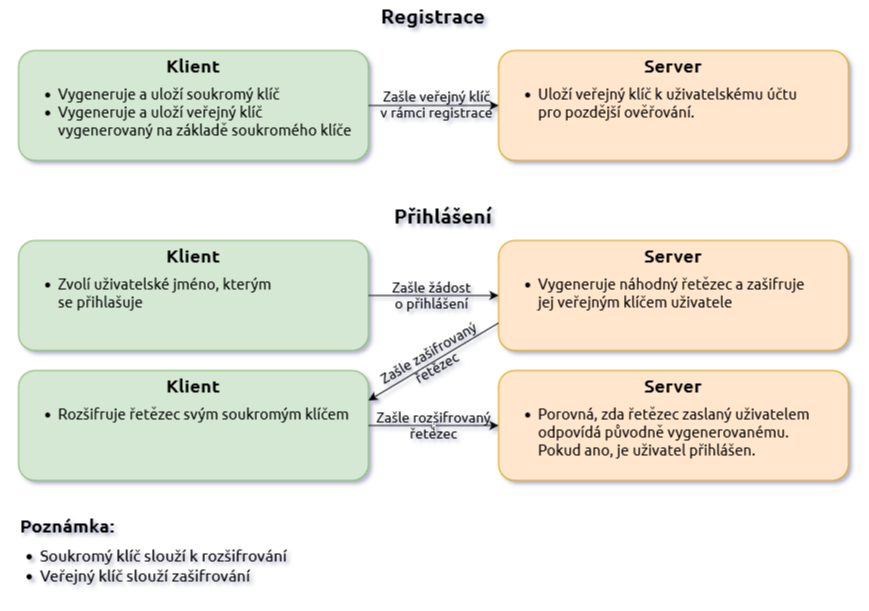
libersoft-org/yellow-documentation keeps this draw.io diagram as AMTP-CZ/img/AMTP-login-CZ.png. Above is the earlier version. Source tidied: cells renumbered, new cells last; positions are measured from the earlier drawing's top-left corner, leaving out a move shared by most shapes. Source of this version:
```xml
<mxGraphModel>
  <root>
    <mxCell id="0" />
    <mxCell id="1" parent="0" />
    <mxCell id="2" value="&lt;div style=&quot;font-size: 15px;&quot;&gt;&lt;ul&gt;&lt;li&gt;&lt;font style=&quot;font-size: 15px;&quot;&gt;Vygeneruje a uloží soukromý klíč&lt;/font&gt;&lt;/li&gt;&lt;li&gt;&lt;font style=&quot;font-size: 15px;&quot;&gt;Vygeneruje a uloží veřejný klíč&lt;br&gt;vygenerovaný na základě soukromého klíče&lt;br&gt;&lt;/font&gt;&lt;/li&gt;&lt;/ul&gt;&lt;/div&gt;" style="rounded=1;whiteSpace=wrap;html=1;verticalAlign=top;fontFamily=Ubuntu;fontSource=https%3A%2F%2Ffonts.googleapis.com%2Fcss%3Ffamily%3DUbuntu;spacing=0;align=left;labelPosition=center;verticalLabelPosition=middle;spacingLeft=0;spacingBottom=0;fillColor=#d5e8d4;strokeColor=#82b366;spacingTop=15;" parent="1" vertex="1">
      <mxGeometry y="50" width="350" height="110" as="geometry" />
    </mxCell>
    <mxCell id="3" value="Klient" style="text;html=1;align=center;verticalAlign=middle;whiteSpace=wrap;rounded=0;fontStyle=1;fontSize=18;fontFamily=Ubuntu;fontSource=https%3A%2F%2Ffonts.googleapis.com%2Fcss%3Ffamily%3DUbuntu;" parent="1" vertex="1">
      <mxGeometry y="50" width="350" height="30" as="geometry" />
    </mxCell>
    <mxCell id="4" value="&lt;div style=&quot;font-size: 15px;&quot;&gt;&lt;ul&gt;&lt;li&gt;Uloží veřejný klíč k uživatelskému účtu&lt;br&gt;pro pozdější ověřování.&lt;br&gt;&lt;/li&gt;&lt;/ul&gt;&lt;/div&gt;" style="rounded=1;whiteSpace=wrap;html=1;verticalAlign=top;fontFamily=Ubuntu;fontSource=https%3A%2F%2Ffonts.googleapis.com%2Fcss%3Ffamily%3DUbuntu;spacing=0;align=left;labelPosition=center;verticalLabelPosition=middle;spacingLeft=0;spacingBottom=0;fillColor=#ffe6cc;strokeColor=#d79b00;spacingTop=15;" parent="1" vertex="1">
      <mxGeometry x="480" y="50" width="350" height="110" as="geometry" />
    </mxCell>
    <mxCell id="5" value="Server" style="text;html=1;align=center;verticalAlign=middle;whiteSpace=wrap;rounded=0;fontStyle=1;fontSize=18;fontFamily=Ubuntu;fontSource=https%3A%2F%2Ffonts.googleapis.com%2Fcss%3Ffamily%3DUbuntu;" parent="1" vertex="1">
      <mxGeometry x="480" y="50" width="350" height="30" as="geometry" />
    </mxCell>
    <mxCell id="6" style="endArrow=classic;html=1;rounded=0;exitX=1;exitY=0.5;exitDx=0;exitDy=0;entryX=0;entryY=0.5;entryDx=0;entryDy=0;fontFamily=Ubuntu;fontSource=https%3A%2F%2Ffonts.googleapis.com%2Fcss%3Ffamily%3DUbuntu;" parent="1" edge="1" source="2" target="4">
      <mxGeometry relative="1" as="geometry" />
    </mxCell>
    <mxCell id="7" value="&lt;div style=&quot;font-size: 14px;&quot;&gt;Zašle veřejný klíč&lt;/div&gt;&lt;div style=&quot;font-size: 14px;&quot;&gt;v rámci registrace&lt;br style=&quot;font-size: 14px;&quot;&gt;&lt;/div&gt;" style="edgeLabel;html=1;align=center;verticalAlign=middle;fontSize=14;fontColor=default;labelBackgroundColor=none;spacing=0;fontFamily=Ubuntu;fontSource=https%3A%2F%2Ffonts.googleapis.com%2Fcss%3Ffamily%3DUbuntu;spacingTop=-4;" parent="6" vertex="1">
      <mxGeometry x="0.03" relative="1" as="geometry" />
    </mxCell>
    <mxCell id="8" value="Registrace" style="text;html=1;align=center;verticalAlign=middle;whiteSpace=wrap;rounded=0;fontFamily=Ubuntu;fontSource=https%3A%2F%2Ffonts.googleapis.com%2Fcss%3Ffamily%3DUbuntu;fontStyle=1;fontSize=20;" parent="1" vertex="1">
      <mxGeometry width="830" height="30" as="geometry" />
    </mxCell>
    <mxCell id="9" value="&lt;div style=&quot;font-size: 15px;&quot;&gt;&lt;ul&gt;&lt;li&gt;Zvolí uživatelské jméno, kterým&lt;br&gt;se přihlašuje&lt;br&gt;&lt;/li&gt;&lt;/ul&gt;&lt;/div&gt;" style="rounded=1;whiteSpace=wrap;html=1;verticalAlign=top;fontFamily=Ubuntu;fontSource=https%3A%2F%2Ffonts.googleapis.com%2Fcss%3Ffamily%3DUbuntu;spacing=0;align=left;labelPosition=center;verticalLabelPosition=middle;spacingLeft=0;spacingBottom=0;fillColor=#d5e8d4;strokeColor=#82b366;spacingTop=15;" parent="1" vertex="1">
      <mxGeometry y="240" width="350" height="110" as="geometry" />
    </mxCell>
    <mxCell id="10" value="Klient" style="text;html=1;align=center;verticalAlign=middle;whiteSpace=wrap;rounded=0;fontStyle=1;fontSize=18;fontFamily=Ubuntu;fontSource=https%3A%2F%2Ffonts.googleapis.com%2Fcss%3Ffamily%3DUbuntu;" parent="1" vertex="1">
      <mxGeometry y="240" width="350" height="30" as="geometry" />
    </mxCell>
    <mxCell id="11" value="&lt;div style=&quot;font-size: 15px;&quot;&gt;&lt;ul&gt;&lt;li&gt;Vygeneruje náhodný řetězec a zašifruje&lt;br&gt;jej veřejným klíčem uživatele&lt;br&gt;&lt;/li&gt;&lt;/ul&gt;&lt;/div&gt;" style="rounded=1;whiteSpace=wrap;html=1;verticalAlign=top;fontFamily=Ubuntu;fontSource=https%3A%2F%2Ffonts.googleapis.com%2Fcss%3Ffamily%3DUbuntu;spacing=0;align=left;labelPosition=center;verticalLabelPosition=middle;spacingLeft=0;spacingBottom=0;fillColor=#ffe6cc;strokeColor=#d79b00;spacingTop=15;" parent="1" vertex="1">
      <mxGeometry x="480" y="240" width="350" height="110" as="geometry" />
    </mxCell>
    <mxCell id="12" value="Server" style="text;html=1;align=center;verticalAlign=middle;whiteSpace=wrap;rounded=0;fontStyle=1;fontSize=18;fontFamily=Ubuntu;fontSource=https%3A%2F%2Ffonts.googleapis.com%2Fcss%3Ffamily%3DUbuntu;" parent="1" vertex="1">
      <mxGeometry x="480" y="240" width="350" height="30" as="geometry" />
    </mxCell>
    <mxCell id="13" style="endArrow=classic;html=1;rounded=0;exitX=1;exitY=0.5;exitDx=0;exitDy=0;entryX=0;entryY=0.5;entryDx=0;entryDy=0;fontFamily=Ubuntu;fontSource=https%3A%2F%2Ffonts.googleapis.com%2Fcss%3Ffamily%3DUbuntu;" parent="1" edge="1" source="9" target="11">
      <mxGeometry relative="1" as="geometry" />
    </mxCell>
    <mxCell id="14" value="&lt;div style=&quot;font-size: 14px;&quot;&gt;Zašle žádost&lt;/div&gt;&lt;div style=&quot;font-size: 14px;&quot;&gt;o přihlášení&lt;br style=&quot;font-size: 14px;&quot;&gt;&lt;/div&gt;" style="edgeLabel;html=1;align=center;verticalAlign=middle;fontSize=14;spacingTop=-6;labelBackgroundColor=none;spacing=0;fontFamily=Ubuntu;fontSource=https%3A%2F%2Ffonts.googleapis.com%2Fcss%3Ffamily%3DUbuntu;" parent="13" vertex="1">
      <mxGeometry x="-0.05" y="-2" relative="1" as="geometry" />
    </mxCell>
    <mxCell id="15" value="Poznámka:" style="text;html=1;align=left;verticalAlign=middle;whiteSpace=wrap;rounded=0;fontFamily=Ubuntu;fontSource=https%3A%2F%2Ffonts.googleapis.com%2Fcss%3Ffamily%3DUbuntu;fontStyle=1;fontSize=18;" parent="1" vertex="1">
      <mxGeometry y="510" width="830" height="30" as="geometry" />
    </mxCell>
    <mxCell id="16" value="&lt;div style=&quot;font-size: 15px;&quot;&gt;&lt;ul&gt;&lt;li&gt;Rozšifruje řetězec svým soukromým klíčem&lt;br&gt;&lt;/li&gt;&lt;/ul&gt;&lt;/div&gt;" style="rounded=1;whiteSpace=wrap;html=1;verticalAlign=top;fontFamily=Ubuntu;fontSource=https%3A%2F%2Ffonts.googleapis.com%2Fcss%3Ffamily%3DUbuntu;spacing=0;align=left;labelPosition=center;verticalLabelPosition=middle;spacingLeft=0;spacingBottom=0;fillColor=#d5e8d4;strokeColor=#82b366;spacingTop=15;" parent="1" vertex="1">
      <mxGeometry y="370" width="350" height="110" as="geometry" />
    </mxCell>
    <mxCell id="17" value="Klient" style="text;html=1;align=center;verticalAlign=middle;whiteSpace=wrap;rounded=0;fontStyle=1;fontSize=18;fontFamily=Ubuntu;fontSource=https%3A%2F%2Ffonts.googleapis.com%2Fcss%3Ffamily%3DUbuntu;" parent="1" vertex="1">
      <mxGeometry y="370" width="350" height="30" as="geometry" />
    </mxCell>
    <mxCell id="18" style="endArrow=classic;html=1;rounded=0;exitX=0;exitY=0.75;exitDx=0;exitDy=0;entryX=1;entryY=1;entryDx=0;entryDy=0;spacingTop=0;spacingBottom=0;labelBackgroundColor=default;" parent="1" edge="1" source="11" target="17">
      <mxGeometry relative="1" as="geometry" />
    </mxCell>
    <mxCell id="19" value="&lt;div&gt;&lt;font style=&quot;font-size: 14px;&quot;&gt;Zašle zašifrovaný&lt;/font&gt;&lt;/div&gt;&lt;div&gt;&lt;font style=&quot;font-size: 14px;&quot;&gt;řetězec&lt;/font&gt;&lt;/div&gt;" style="edgeLabel;html=1;align=center;verticalAlign=middle;labelBackgroundColor=none;spacingTop=-8;spacingLeft=28;fontFamily=Ubuntu;fontSource=https%3A%2F%2Ffonts.googleapis.com%2Fcss%3Ffamily%3DUbuntu;rotation=-30;" parent="18" vertex="1">
      <mxGeometry x="0.2" y="1" relative="1" as="geometry">
        <mxPoint y="1" as="offset" />
      </mxGeometry>
    </mxCell>
    <mxCell id="20" value="&lt;div style=&quot;font-size: 15px;&quot;&gt;&lt;ul&gt;&lt;li&gt;Porovná, zda řetězec zaslaný uživatelem&lt;br&gt;odpovídá původně vygenerovanému.&lt;br&gt;Pokud ano, je uživatel přihlášen.&lt;br&gt;&lt;/li&gt;&lt;/ul&gt;&lt;/div&gt;" style="rounded=1;whiteSpace=wrap;html=1;verticalAlign=top;fontFamily=Ubuntu;fontSource=https%3A%2F%2Ffonts.googleapis.com%2Fcss%3Ffamily%3DUbuntu;spacing=0;align=left;labelPosition=center;verticalLabelPosition=middle;spacingLeft=0;spacingBottom=0;fillColor=#ffe6cc;strokeColor=#d79b00;spacingTop=15;" parent="1" vertex="1">
      <mxGeometry x="480" y="370" width="350" height="110" as="geometry" />
    </mxCell>
    <mxCell id="21" value="Server" style="text;html=1;align=center;verticalAlign=middle;whiteSpace=wrap;rounded=0;fontStyle=1;fontSize=18;fontFamily=Ubuntu;fontSource=https%3A%2F%2Ffonts.googleapis.com%2Fcss%3Ffamily%3DUbuntu;" parent="1" vertex="1">
      <mxGeometry x="480" y="370" width="350" height="30" as="geometry" />
    </mxCell>
    <mxCell id="22" value=";" style="endArrow=classic;html=1;rounded=0;exitX=1;exitY=0.5;exitDx=0;exitDy=0;entryX=0;entryY=0.5;entryDx=0;entryDy=0;" parent="1" edge="1" source="16" target="20">
      <mxGeometry relative="1" as="geometry" />
    </mxCell>
    <mxCell id="23" value="&lt;div style=&quot;font-size: 14px;&quot;&gt;&lt;font style=&quot;font-size: 14px;&quot;&gt;Zašle rozšifrovaný&lt;/font&gt;&lt;/div&gt;&lt;div style=&quot;font-size: 14px;&quot;&gt;&lt;font style=&quot;font-size: 14px;&quot;&gt;řetězec&lt;br style=&quot;font-size: 14px;&quot;&gt;&lt;/font&gt;&lt;/div&gt;" style="edgeLabel;html=1;align=center;verticalAlign=middle;labelBackgroundColor=none;spacingTop=-4;fontFamily=Ubuntu;fontSource=https%3A%2F%2Ffonts.googleapis.com%2Fcss%3Ffamily%3DUbuntu;fontSize=14;" parent="22" vertex="1">
      <mxGeometry x="-0.02" y="-1" relative="1" as="geometry" />
    </mxCell>
    <mxCell id="24" value="Přihlášení" style="text;html=1;align=center;verticalAlign=middle;whiteSpace=wrap;rounded=0;fontFamily=Ubuntu;fontSource=https%3A%2F%2Ffonts.googleapis.com%2Fcss%3Ffamily%3DUbuntu;fontStyle=1;fontSize=20;" parent="1" vertex="1">
      <mxGeometry x="10" y="200" width="830" height="30" as="geometry" />
    </mxCell>
    <mxCell id="25" value="&lt;ul&gt;&lt;li&gt;Soukromý klíč slouží k rozšifrování&lt;/li&gt;&lt;li&gt;Veřejný klíč slouží zašifrování&lt;/li&gt;&lt;/ul&gt;" style="text;html=1;align=left;verticalAlign=middle;whiteSpace=wrap;rounded=0;fontFamily=Ubuntu;fontSource=https%3A%2F%2Ffonts.googleapis.com%2Fcss%3Ffamily%3DUbuntu;fontStyle=0;fontSize=16;spacing=-18;spacingRight=0;" parent="1" vertex="1">
      <mxGeometry y="550" width="830" height="30" as="geometry" />
    </mxCell>
  </root>
</mxGraphModel>
```
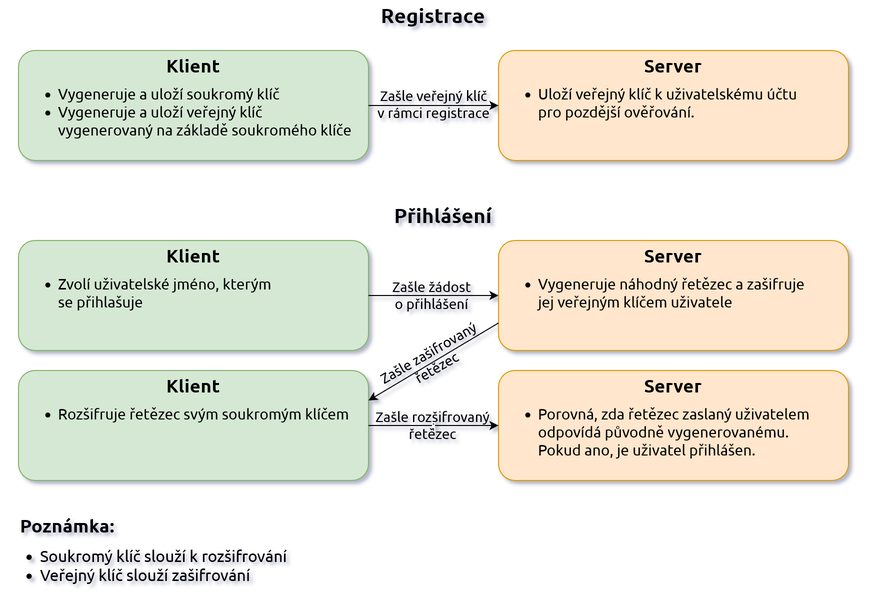
After the change.

What changed in the source:
```diff
@@ -17,7 +17,7 @@
     <mxCell id="6" style="endArrow=classic;html=1;rounded=0;exitX=1;exitY=0.5;exitDx=0;exitDy=0;entryX=0;entryY=0.5;entryDx=0;entryDy=0;fontFamily=Ubuntu;fontSource=https%3A%2F%2Ffonts.googleapis.com%2Fcss%3Ffamily%3DUbuntu;" parent="1" edge="1" source="2" target="4">
       <mxGeometry relative="1" as="geometry" />
     </mxCell>
-    <mxCell id="7" value="&lt;div style=&quot;font-size: 14px;&quot;&gt;Zašle veřejný klíč&lt;/div&gt;&lt;div style=&quot;font-size: 14px;&quot;&gt;v rámci registrace&lt;br style=&quot;font-size: 14px;&quot;&gt;&lt;/div&gt;" style="edgeLabel;html=1;align=center;verticalAlign=middle;fontSize=14;fontColor=default;labelBackgroundColor=none;spacing=0;fontFamily=Ubuntu;fontSource=https%3A%2F%2Ffonts.googleapis.com%2Fcss%3Ffamily%3DUbuntu;spacingTop=-4;" parent="6" vertex="1">
+    <mxCell id="7" value="&lt;div style=&quot;font-size: 14px;&quot;&gt;Zašle veřejný klíč&lt;/div&gt;&lt;div style=&quot;font-size: 14px;&quot;&gt;v rámci registrace&lt;br style=&quot;font-size: 14px;&quot;&gt;&lt;/div&gt;" style="edgeLabel;html=1;align=center;verticalAlign=middle;fontSize=14;fontColor=default;labelBackgroundColor=none;spacing=0;fontFamily=Ubuntu;fontSource=https%3A%2F%2Ffonts.googleapis.com%2Fcss%3Ffamily%3DUbuntu;spacingTop=-4;spacingLeft=-5;" parent="6" vertex="1">
       <mxGeometry x="0.03" relative="1" as="geometry" />
     </mxCell>
     <mxCell id="8" value="Registrace" style="text;html=1;align=center;verticalAlign=middle;whiteSpace=wrap;rounded=0;fontFamily=Ubuntu;fontSource=https%3A%2F%2Ffonts.googleapis.com%2Fcss%3Ffamily%3DUbuntu;fontStyle=1;fontSize=20;" parent="1" vertex="1">
@@ -67,7 +67,7 @@
     <mxCell id="22" value=";" style="endArrow=classic;html=1;rounded=0;exitX=1;exitY=0.5;exitDx=0;exitDy=0;entryX=0;entryY=0.5;entryDx=0;entryDy=0;" parent="1" edge="1" source="16" target="20">
       <mxGeometry relative="1" as="geometry" />
     </mxCell>
-    <mxCell id="23" value="&lt;div style=&quot;font-size: 14px;&quot;&gt;&lt;font style=&quot;font-size: 14px;&quot;&gt;Zašle rozšifrovaný&lt;/font&gt;&lt;/div&gt;&lt;div style=&quot;font-size: 14px;&quot;&gt;&lt;font style=&quot;font-size: 14px;&quot;&gt;řetězec&lt;br style=&quot;font-size: 14px;&quot;&gt;&lt;/font&gt;&lt;/div&gt;" style="edgeLabel;html=1;align=center;verticalAlign=middle;labelBackgroundColor=none;spacingTop=-4;fontFamily=Ubuntu;fontSource=https%3A%2F%2Ffonts.googleapis.com%2Fcss%3Ffamily%3DUbuntu;fontSize=14;" parent="22" vertex="1">
+    <mxCell id="23" value="&lt;div style=&quot;font-size: 14px;&quot;&gt;&lt;font style=&quot;font-size: 14px;&quot;&gt;Zašle rozšifrovaný&lt;/font&gt;&lt;/div&gt;&lt;div style=&quot;font-size: 14px;&quot;&gt;&lt;font style=&quot;font-size: 14px;&quot;&gt;řetězec&lt;br style=&quot;font-size: 14px;&quot;&gt;&lt;/font&gt;&lt;/div&gt;" style="edgeLabel;html=1;align=center;verticalAlign=middle;labelBackgroundColor=none;spacingTop=-4;fontFamily=Ubuntu;fontSource=https%3A%2F%2Ffonts.googleapis.com%2Fcss%3Ffamily%3DUbuntu;fontSize=14;spacingLeft=-1;" parent="22" vertex="1">
       <mxGeometry x="-0.02" y="-1" relative="1" as="geometry" />
     </mxCell>
     <mxCell id="24" value="Přihlášení" style="text;html=1;align=center;verticalAlign=middle;whiteSpace=wrap;rounded=0;fontFamily=Ubuntu;fontSource=https%3A%2F%2Ffonts.googleapis.com%2Fcss%3Ffamily%3DUbuntu;fontStyle=1;fontSize=20;" parent="1" vertex="1">
```
